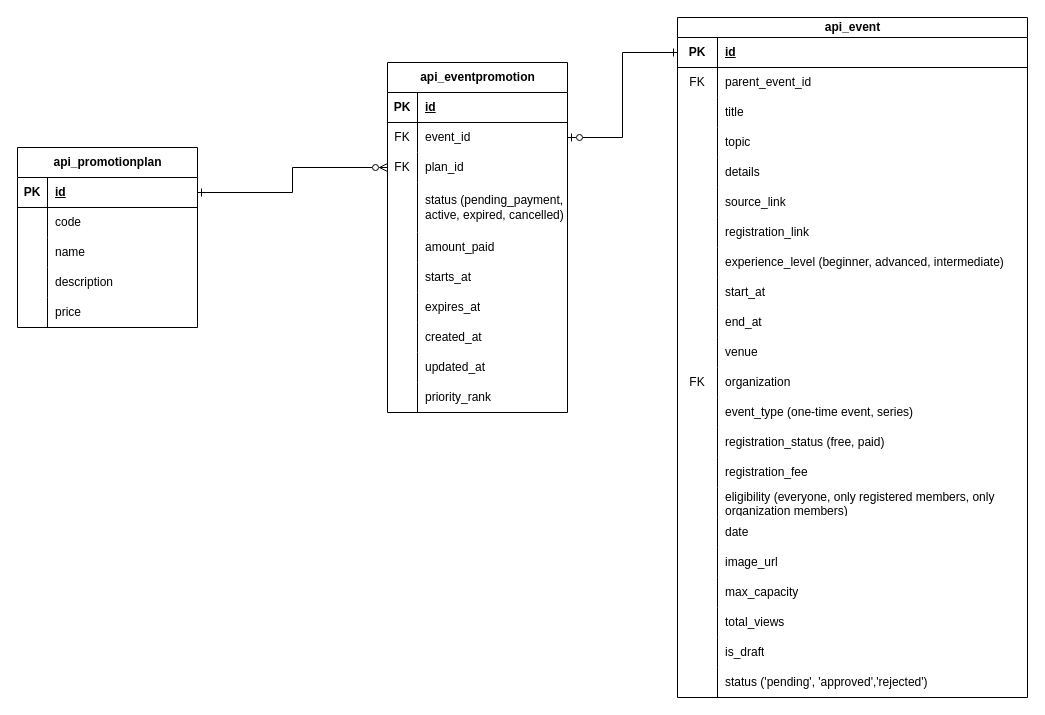
Before: page "Pricing Feature" (8 of 8) of 2Gether.drawio in RHILIUS/drawio, a draw.io diagram. Source tidied: cells renumbered, new cells numbered last; positions are measured from the earlier drawing's top-left corner, leaving out a move shared by most shapes. Both pictures are drawn from the tidied source at 100%, with x=0, y=0 at pixel (17, 17).
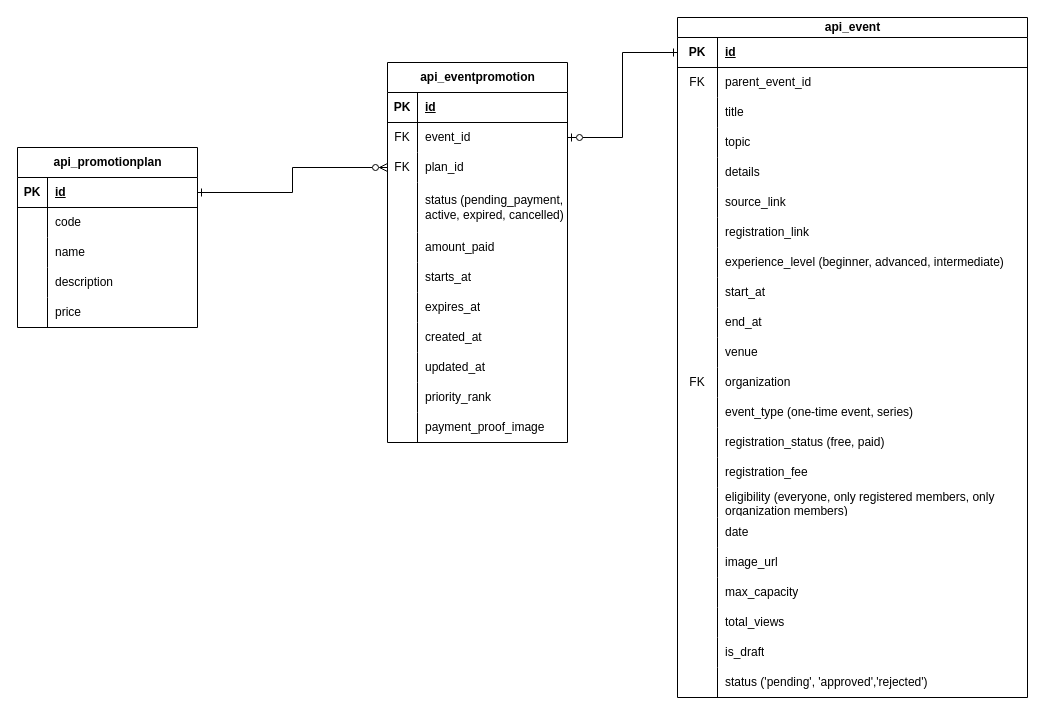
After the change.

Diff of the diagram source:
```diff
@@
     <mxCell id="18" value="api_eventpromotion" style="shape=table;startSize=30;childLayout=tableLayout;rowLines=0;fontStyle=1;align=center;html=1;" parent="1" vertex="1">
-      <mxGeometry x="370" y="45" width="180" height="350" as="geometry" />
+      <mxGeometry x="370" y="45" width="180" height="380" as="geometry" />
     </mxCell>
@@
+    <mxCell id="118" style="shape=tableRow;horizontal=0;startSize=0;swimlaneHead=0;swimlaneBody=0;fillColor=none;top=0;left=0;right=0;bottom=0;" parent="18" vertex="1">
+      <mxGeometry y="350" width="180" height="30" as="geometry" />
+    </mxCell>
+    <mxCell id="119" value="&amp;nbsp; &amp;nbsp; &amp;nbsp; &amp;nbsp; &amp;nbsp; &amp;nbsp;" style="shape=partialRectangle;fillColor=none;top=0;left=0;bottom=0;right=0;overflow=hidden;whiteSpace=wrap;html=1;" parent="118" vertex="1">
+      <mxGeometry width="30" height="30" as="geometry" />
+    </mxCell>
+    <mxCell id="120" value="payment_proof_image" style="shape=partialRectangle;fillColor=none;top=0;left=0;bottom=0;right=0;align=left;spacingLeft=6;overflow=hidden;whiteSpace=wrap;html=1;" parent="118" vertex="1">
+      <mxGeometry x="30" width="150" height="30" as="geometry" />
+    </mxCell>
```
